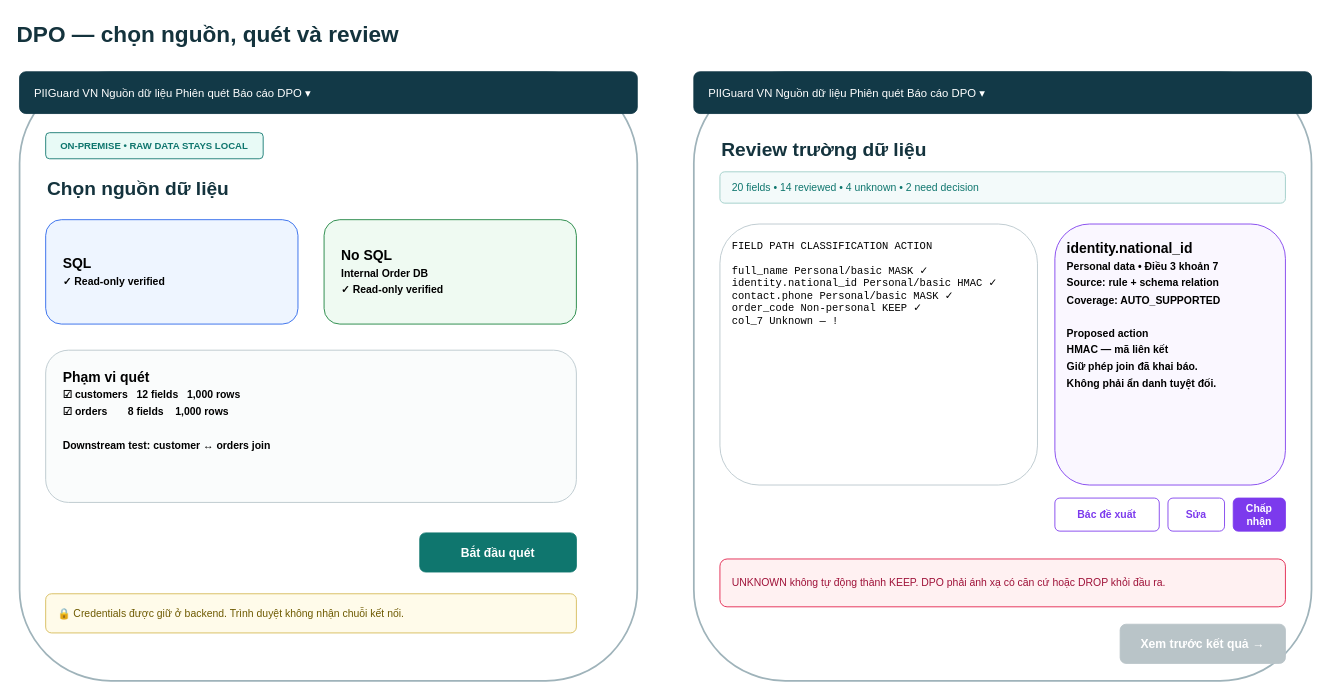
The draw.io diagram page "02 - DPO Source & Review" (2 of 10) of docs/fe_design/piiguard-ui-flow.drawio in tlong1610/PII_Masking, before the edit. Source tidied: cells renumbered, new cells numbered last; positions are measured from the earlier drawing's top-left corner, leaving out a move shared by most shapes. Both pictures are drawn from the tidied source at 87%, with x=0, y=0 at pixel (15, 15).
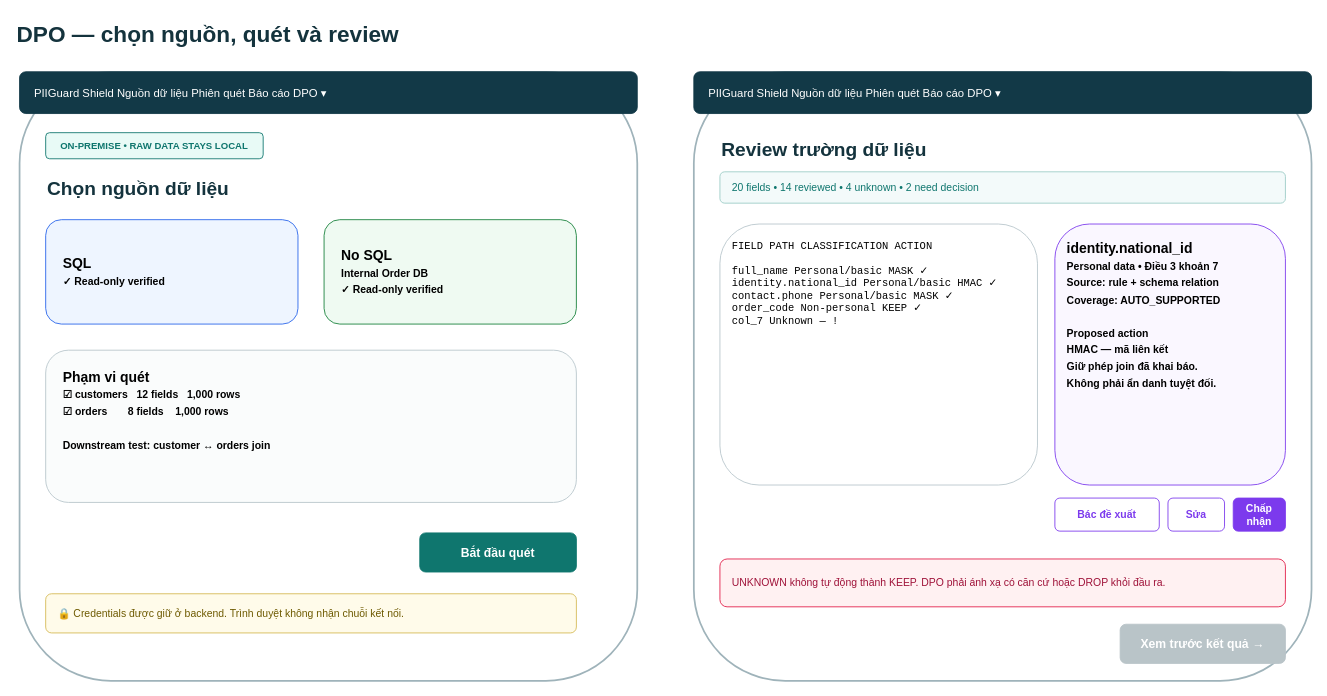
Above is the later version.

What changed in the source:
```diff
@@
-    <mxCell id="4" value="PIIGuard VN     Nguồn dữ liệu     Phiên quét     Báo cáo                       DPO ▾" style="rounded=1;whiteSpace=wrap;html=1;fillColor=#123947;strokeColor=#123947;fontColor=#FFFFFF;fontSize=13;align=left;spacingLeft=15;" parent="1" vertex="1">
+    <mxCell id="4" value="PIIGuard Shield     Nguồn dữ liệu     Phiên quét     Báo cáo                       DPO ▾" style="rounded=1;whiteSpace=wrap;html=1;fillColor=#123947;strokeColor=#123947;fontColor=#FFFFFF;fontSize=13;align=left;spacingLeft=15;" parent="1" vertex="1">
       <mxGeometry x="5" y="65" width="710" height="48" as="geometry" />
     </mxCell>
@@
-    <mxCell id="13" value="PIIGuard VN     Nguồn dữ liệu     Phiên quét     Báo cáo                       DPO ▾" style="rounded=1;whiteSpace=wrap;html=1;fillColor=#123947;strokeColor=#123947;fontColor=#FFFFFF;fontSize=13;align=left;spacingLeft=15;" parent="1" vertex="1">
+    <mxCell id="13" value="PIIGuard Shield     Nguồn dữ liệu     Phiên quét     Báo cáo                       DPO ▾" style="rounded=1;whiteSpace=wrap;html=1;fillColor=#123947;strokeColor=#123947;fontColor=#FFFFFF;fontSize=13;align=left;spacingLeft=15;" parent="1" vertex="1">
       <mxGeometry x="780" y="65" width="710" height="48" as="geometry" />
     </mxCell>
```
